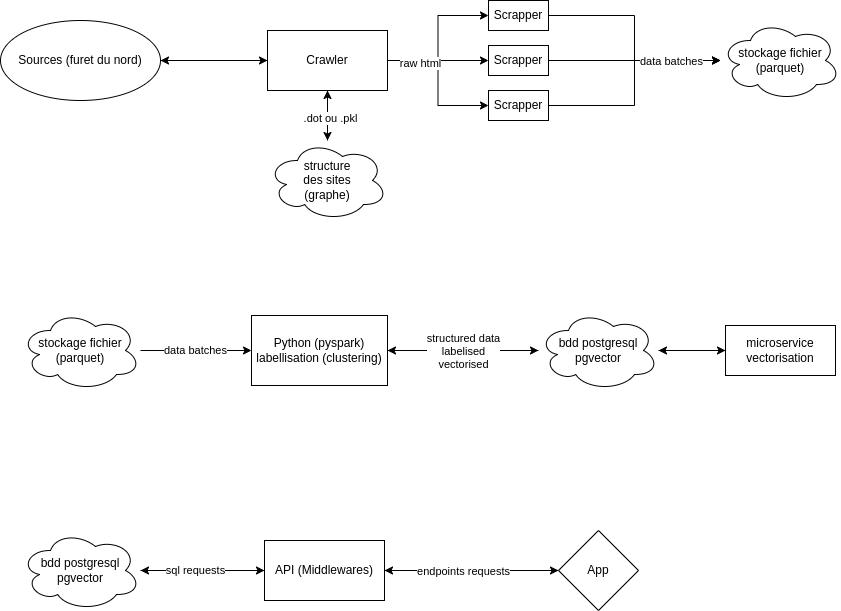
Before: ressources/BigData.png, a diagram exported from draw.io (nathanlq/book_reco). Source tidied: cells renumbered, new cells last; positions are measured from the earlier drawing's top-left corner, leaving out a move shared by most shapes.
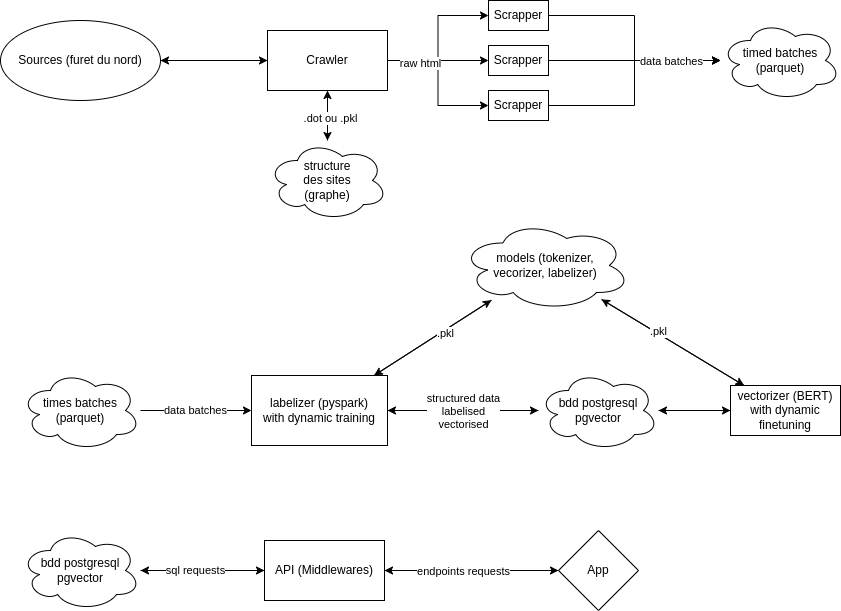
Above is the later version.

Diff of the diagram source:
```diff
@@ -61,7 +61,7 @@
     <mxCell id="20" value="Scrapper" style="rounded=0;whiteSpace=wrap;html=1;" parent="1" vertex="1">
       <mxGeometry x="488" y="90" width="60" height="30" as="geometry" />
     </mxCell>
-    <mxCell id="21" value="stockage fichier (parquet)" style="ellipse;shape=cloud;whiteSpace=wrap;html=1;" parent="1" vertex="1">
+    <mxCell id="21" value="timed batches (parquet)" style="ellipse;shape=cloud;whiteSpace=wrap;html=1;" parent="1" vertex="1">
       <mxGeometry x="720" y="20" width="120" height="80" as="geometry" />
     </mxCell>
     <mxCell id="22" style="edgeStyle=orthogonalEdgeStyle;rounded=0;jettySize=auto;html=1;" parent="1" edge="1" source="24" target="26">
@@ -70,14 +70,17 @@
     <mxCell id="23" value="data batches" style="edgeLabel;html=1;align=center;verticalAlign=middle;" parent="22" vertex="1">
       <mxGeometry x="-0.02" y="1" relative="1" as="geometry" />
     </mxCell>
-    <mxCell id="24" value="stockage fichier (parquet)" style="ellipse;shape=cloud;whiteSpace=wrap;html=1;" parent="1" vertex="1">
-      <mxGeometry x="20" y="310" width="120" height="80" as="geometry" />
+    <mxCell id="24" value="times batches (parquet)" style="ellipse;shape=cloud;whiteSpace=wrap;html=1;" parent="1" vertex="1">
+      <mxGeometry x="20" y="370" width="120" height="80" as="geometry" />
     </mxCell>
     <mxCell id="25" style="edgeStyle=orthogonalEdgeStyle;rounded=0;jettySize=auto;html=1;" parent="1" edge="1" source="26" target="30">
       <mxGeometry relative="1" as="geometry" />
     </mxCell>
+    <mxCell id="42" style="edgeStyle=none;html=1;" parent="1" edge="1" source="26" target="48">
+      <mxGeometry relative="1" as="geometry" />
+    </mxCell>
-    <mxCell id="26" value="Python (pyspark)&lt;div&gt;labellisation (clustering)&lt;/div&gt;" style="rounded=0;whiteSpace=wrap;html=1;" parent="1" vertex="1">
-      <mxGeometry x="251" y="315" width="136" height="70" as="geometry" />
+    <mxCell id="26" value="labelizer (pyspark)&lt;br&gt;with dynamic training" style="rounded=0;whiteSpace=wrap;html=1;" parent="1" vertex="1">
+      <mxGeometry x="251" y="375" width="136" height="70" as="geometry" />
     </mxCell>
     <mxCell id="27" style="edgeStyle=orthogonalEdgeStyle;rounded=0;jettySize=auto;html=1;" parent="1" edge="1" source="30" target="26">
       <mxGeometry relative="1" as="geometry" />
@@ -91,7 +94,7 @@
       <mxGeometry relative="1" as="geometry" />
     </mxCell>
     <mxCell id="30" value="bdd postgresql&lt;div&gt;pgvector&lt;/div&gt;" style="ellipse;shape=cloud;whiteSpace=wrap;html=1;" parent="1" vertex="1">
-      <mxGeometry x="538" y="310" width="120" height="80" as="geometry" />
+      <mxGeometry x="538" y="370" width="120" height="80" as="geometry" />
     </mxCell>
     <mxCell id="31" style="edgeStyle=orthogonalEdgeStyle;rounded=0;jettySize=auto;html=1;" parent="1" edge="1" source="32" target="36">
       <mxGeometry relative="1" as="geometry" />
@@ -114,8 +117,11 @@
     <mxCell id="37" style="edgeStyle=orthogonalEdgeStyle;rounded=0;jettySize=auto;html=1;" parent="1" edge="1" source="38" target="30">
       <mxGeometry relative="1" as="geometry" />
     </mxCell>
+    <mxCell id="43" style="edgeStyle=none;html=1;" parent="1" edge="1" source="38" target="48">
+      <mxGeometry relative="1" as="geometry" />
+    </mxCell>
-    <mxCell id="38" value="microservice&lt;div&gt;vectorisation&lt;/div&gt;" style="rounded=0;whiteSpace=wrap;html=1;" parent="1" vertex="1">
-      <mxGeometry x="725" y="325" width="110" height="50" as="geometry" />
+    <mxCell id="38" value="vectorizer (BERT)&lt;br&gt;with dynamic finetuning" style="rounded=0;whiteSpace=wrap;html=1;" parent="1" vertex="1">
+      <mxGeometry x="730" y="385" width="110" height="50" as="geometry" />
     </mxCell>
     <mxCell id="39" style="edgeStyle=orthogonalEdgeStyle;rounded=0;jettySize=auto;html=1;" parent="1" edge="1" source="41" target="36">
       <mxGeometry relative="1" as="geometry" />
@@ -128,5 +134,22 @@
     <mxCell id="41" value="App" style="rhombus;whiteSpace=wrap;html=1;" parent="1" vertex="1">
       <mxGeometry x="558" y="530" width="80" height="80" as="geometry" />
     </mxCell>
+    <mxCell id="44" style="edgeStyle=none;html=1;" parent="1" edge="1" source="48" target="26">
+      <mxGeometry relative="1" as="geometry" />
+    </mxCell>
+    <mxCell id="45" value=".pkl" style="edgeLabel;html=1;align=center;verticalAlign=middle;" parent="44" vertex="1">
+      <mxGeometry x="-0.18" y="2" relative="1" as="geometry" />
+    </mxCell>
+    <mxCell id="46" style="edgeStyle=none;html=1;" parent="1" edge="1" source="48" target="38">
+      <mxGeometry relative="1" as="geometry" />
+    </mxCell>
+    <mxCell id="47" value=".pkl" style="edgeLabel;html=1;align=center;verticalAlign=middle;" parent="46" vertex="1">
+      <mxGeometry x="-0.22" y="1" relative="1" as="geometry">
+        <mxPoint y="-1" as="offset" />
+      </mxGeometry>
+    </mxCell>
+    <mxCell id="48" value="models (tokenizer,&lt;br&gt;vecorizer, labelizer)" style="ellipse;shape=cloud;whiteSpace=wrap;html=1;" parent="1" vertex="1">
+      <mxGeometry x="460" y="220" width="170" height="90" as="geometry" />
+    </mxCell>
   </root>
 </mxGraphModel>
```
